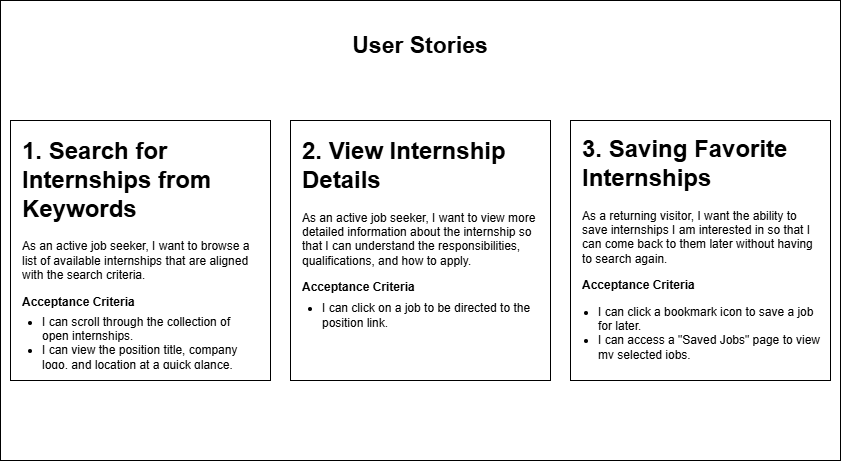
Above: planning_documents/User_Stories.drawio.png in rrodriguez-98/Intern_Search_Engine (draw.io), before the change. Source tidied: cells renumbered, new cells last; positions are measured from the earlier drawing's top-left corner, leaving out a move shared by most shapes.
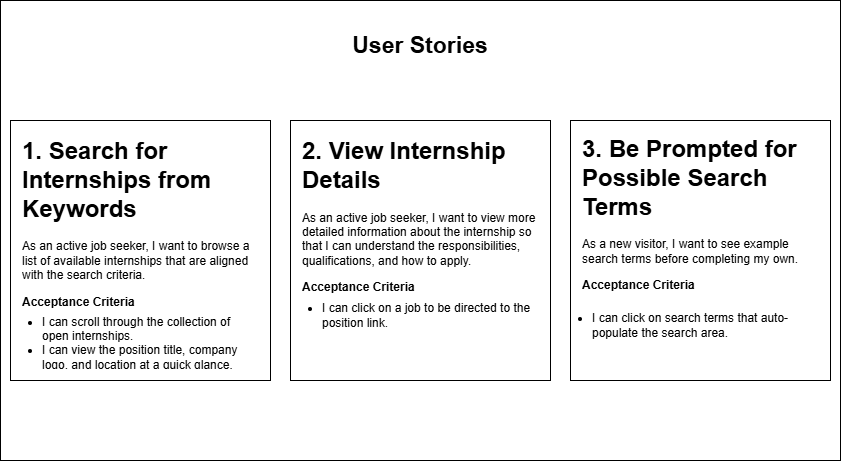
Later version of the same file.

Diff of the diagram source:
```diff
@@ -23,8 +23,8 @@
     <mxCell id="8" value="&lt;h1 style=&quot;margin-top: 0px;&quot;&gt;2. View Internship Details&lt;/h1&gt;&lt;p&gt;As an active job seeker, I want to view more detailed information about the internship so that I can understand the responsibilities, qualifications, and how to apply.&lt;/p&gt;&lt;p&gt;&lt;b&gt;Acceptance Criteria&lt;/b&gt;&lt;/p&gt;" style="text;html=1;whiteSpace=wrap;overflow=hidden;rounded=0;" parent="1" vertex="1">
       <mxGeometry x="300" y="130" width="240" height="170" as="geometry" />
     </mxCell>
-    <mxCell id="9" value="&lt;h1 style=&quot;margin-top: 0px;&quot;&gt;3. Saving Favorite Internships&lt;/h1&gt;&lt;p&gt;As a returning visitor, I want the ability to save internships I am interested in so that I can come back to them later without having to search again.&lt;/p&gt;&lt;p&gt;&lt;b&gt;Acceptance Criteria&lt;/b&gt;&lt;/p&gt;" style="text;html=1;whiteSpace=wrap;overflow=hidden;rounded=0;" parent="1" vertex="1">
-      <mxGeometry x="580" y="128" width="240" height="172" as="geometry" />
+    <mxCell id="9" value="&lt;h1 style=&quot;margin-top: 0px;&quot;&gt;3. Be Prompted for Possible Search Terms&lt;/h1&gt;&lt;p&gt;As a new visitor, I want to see example search terms before completing my own.&lt;/p&gt;&lt;p&gt;&lt;b&gt;Acceptance Criteria&lt;/b&gt;&lt;/p&gt;" style="text;html=1;whiteSpace=wrap;overflow=hidden;rounded=0;" parent="1" vertex="1">
+      <mxGeometry x="580" y="128" width="240" height="202" as="geometry" />
     </mxCell>
     <mxCell id="10" value="&lt;ul&gt;&lt;li&gt;&lt;span style=&quot;background-color: transparent; color: light-dark(rgb(0, 0, 0), rgb(255, 255, 255));&quot;&gt;I can scroll through the collection of open internships.&lt;/span&gt;&lt;/li&gt;&lt;li&gt;I can view the position title, company logo, and location at a quick glance.&lt;/li&gt;&lt;/ul&gt;" style="text;strokeColor=none;fillColor=none;html=1;whiteSpace=wrap;verticalAlign=middle;overflow=hidden;" parent="1" vertex="1">
       <mxGeometry y="300" width="260" height="70" as="geometry" />
@@ -32,8 +32,8 @@
     <mxCell id="11" value="&lt;ul&gt;&lt;li&gt;I can click on a job to be directed to the position link.&lt;/li&gt;&lt;/ul&gt;" style="text;strokeColor=none;fillColor=none;html=1;whiteSpace=wrap;verticalAlign=middle;overflow=hidden;" parent="1" vertex="1">
       <mxGeometry x="280" y="280" width="260" height="70" as="geometry" />
     </mxCell>
-    <mxCell id="12" value="&lt;ul&gt;&lt;li&gt;I can click a bookmark icon to save a job for later.&amp;nbsp;&lt;/li&gt;&lt;li&gt;I can access a &quot;Saved Jobs&quot; page to view my selected jobs.&lt;/li&gt;&lt;/ul&gt;" style="text;strokeColor=none;fillColor=none;html=1;whiteSpace=wrap;verticalAlign=middle;overflow=hidden;" parent="1" vertex="1">
-      <mxGeometry x="556" y="290" width="270" height="70" as="geometry" />
+    <mxCell id="12" value="&lt;ul&gt;&lt;li&gt;I can click on search terms that auto-populate the search area.&lt;/li&gt;&lt;/ul&gt;" style="text;strokeColor=none;fillColor=none;html=1;whiteSpace=wrap;verticalAlign=middle;overflow=hidden;" parent="1" vertex="1">
+      <mxGeometry x="550" y="290" width="270" height="70" as="geometry" />
     </mxCell>
   </root>
 </mxGraphModel>
```
